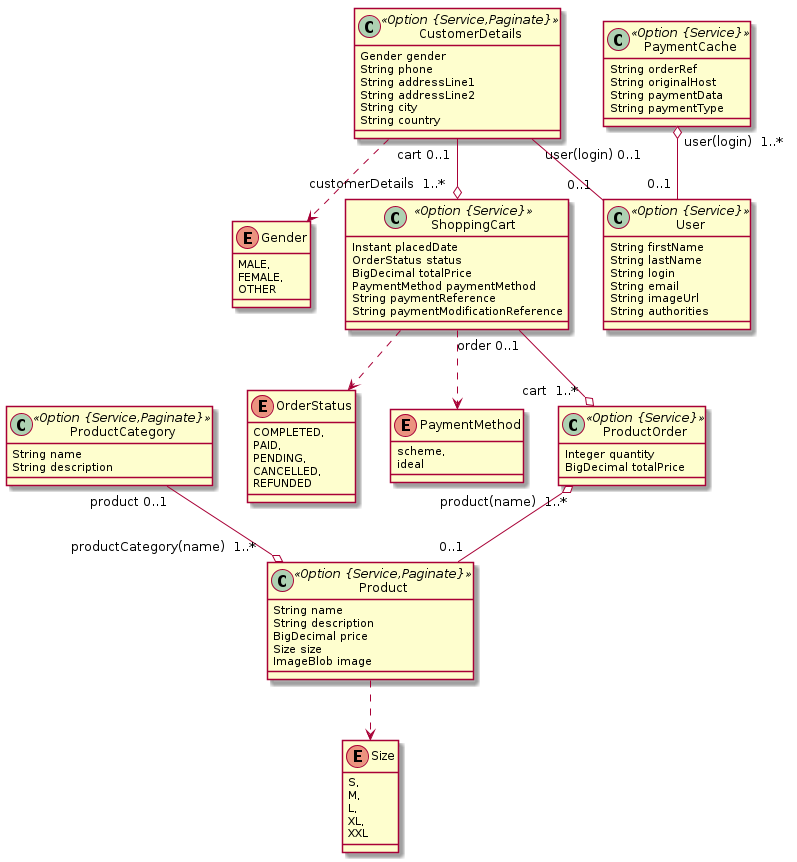
Earlier version of the PlantUML export app.png (xhul10/adyen-java-react-ecommerce-example).
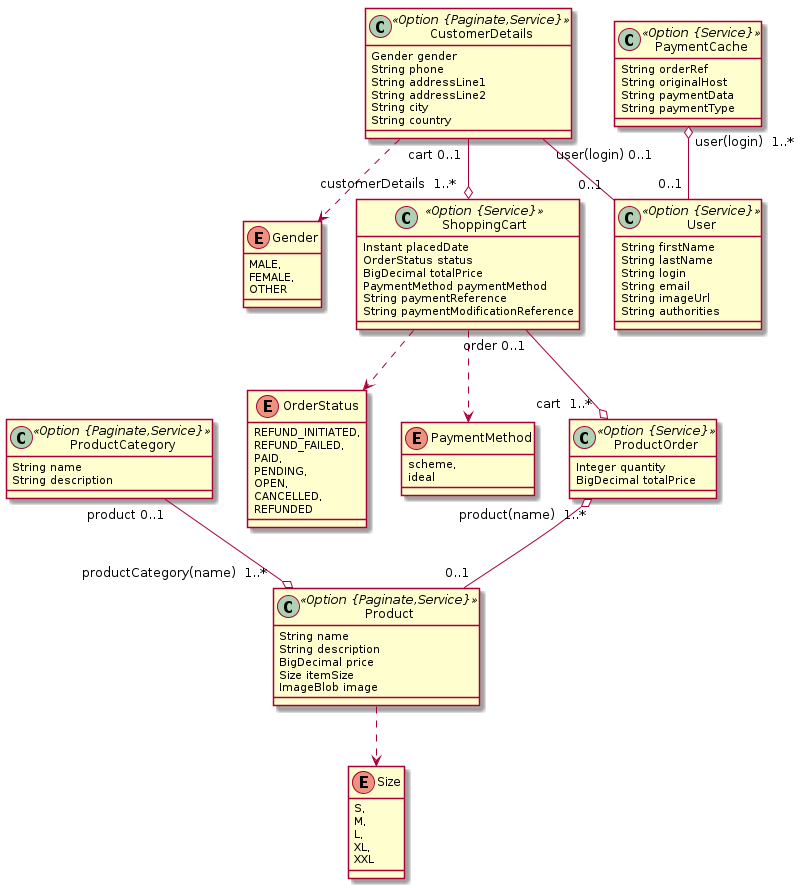
After the commit.

Change to the diagram source:
```diff
@@ -1,10 +1,10 @@
 @startuml
 	!pragma syntax class
-	class Product <<Option {Service,Paginate}>> {
+	class Product <<Option {Paginate,Service}>> {
 		String name
 		String description
 		BigDecimal price
-		Size size
+		Size itemSize
 		ImageBlob image
 	}
 	Product ..> Size
@@ -15,11 +15,11 @@
 		XL,
 		XXL
 	}
-	class ProductCategory <<Option {Service,Paginate}>> {
+	class ProductCategory <<Option {Paginate,Service}>> {
 		String name
 		String description
 	}
-	class CustomerDetails <<Option {Service,Paginate}>> {
+	class CustomerDetails <<Option {Paginate,Service}>> {
 		Gender gender
 		String phone
 		String addressLine1
@@ -44,9 +44,11 @@
 	ShoppingCart ..> OrderStatus
 	ShoppingCart ..> PaymentMethod
 	enum OrderStatus {
-		COMPLETED,
+		REFUND_INITIATED,
+		REFUND_FAILED,
 		PAID,
 		PENDING,
+		OPEN,
 		CANCELLED,
 		REFUNDED
 	}
```
